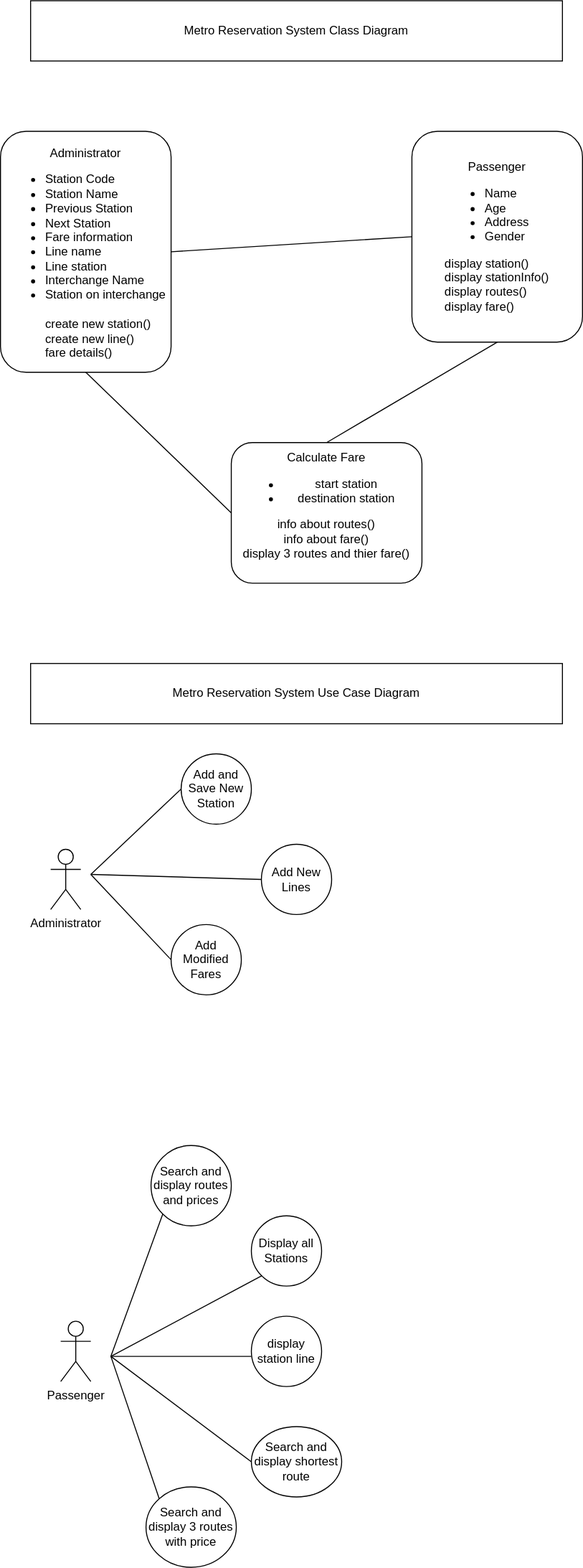
Above: Metro_reservation_system.svg in RidhimaBhandari/Software-Development- (draw.io), before the change. Source tidied: cells renumbered, new cells last; positions are measured from the earlier drawing's top-left corner, leaving out a move shared by most shapes.
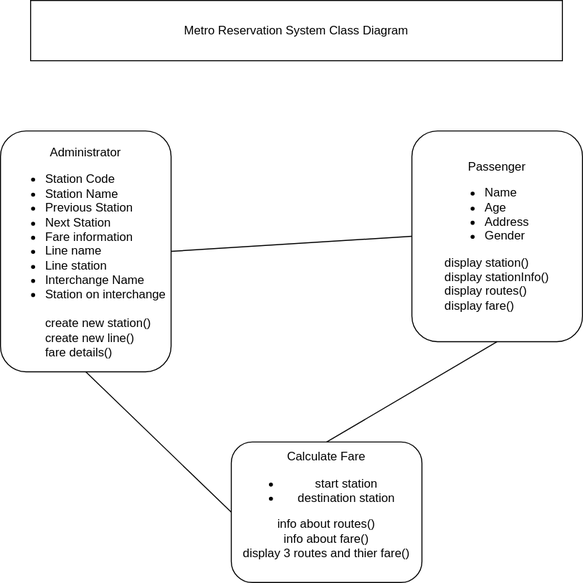
The same diagram one commit later.

The edit, as a diff of the source:
```diff
@@ -23,79 +23,5 @@
     <mxCell id="8" style="endArrow=none;html=1;rounded=0;fontSize=12;exitX=0.5;exitY=0;exitDx=0;exitDy=0;entryX=0.5;entryY=1;entryDx=0;entryDy=0;" parent="1" edge="1" source="4" target="5">
       <mxGeometry relative="1" as="geometry" />
     </mxCell>
-    <mxCell id="9" value="Metro Reservation System Use Case Diagram" style="rounded=0;whiteSpace=wrap;html=1;fontSize=12;" parent="1" vertex="1">
-      <mxGeometry x="30" y="660" width="530" height="60" as="geometry" />
-    </mxCell>
-    <mxCell id="10" value="Administrator" style="shape=umlActor;verticalLabelPosition=bottom;verticalAlign=top;html=1;fontSize=12;" parent="1" vertex="1">
-      <mxGeometry x="50" y="845" width="30" height="60" as="geometry" />
-    </mxCell>
-    <mxCell id="11" value="Passenger&lt;br&gt;" style="shape=umlActor;verticalLabelPosition=bottom;verticalAlign=top;html=1;fontSize=12;" parent="1" vertex="1">
-      <mxGeometry x="60" y="1315" width="30" height="60" as="geometry" />
-    </mxCell>
-    <mxCell id="12" value="Add and Save New Station" style="ellipse;whiteSpace=wrap;html=1;fontSize=12;" parent="1" vertex="1">
-      <mxGeometry x="180" y="750" width="70" height="70" as="geometry" />
-    </mxCell>
-    <mxCell id="13" value="Add New Lines" style="ellipse;whiteSpace=wrap;html=1;fontSize=12;" parent="1" vertex="1">
-      <mxGeometry x="260" y="840" width="70" height="70" as="geometry" />
-    </mxCell>
-    <mxCell id="14" value="Add Modified Fares" style="ellipse;whiteSpace=wrap;html=1;fontSize=12;" parent="1" vertex="1">
-      <mxGeometry x="170" y="920" width="70" height="70" as="geometry" />
-    </mxCell>
-    <mxCell id="15" value="Search and display routes and prices" style="ellipse;whiteSpace=wrap;html=1;fontSize=12;" parent="1" vertex="1">
-      <mxGeometry x="150" y="1140" width="80" height="80" as="geometry" />
-    </mxCell>
-    <mxCell id="16" value="Display all Stations" style="ellipse;whiteSpace=wrap;html=1;fontSize=12;" parent="1" vertex="1">
-      <mxGeometry x="250" y="1210" width="70" height="70" as="geometry" />
-    </mxCell>
-    <mxCell id="17" value="display station line" style="ellipse;whiteSpace=wrap;html=1;fontSize=12;" parent="1" vertex="1">
-      <mxGeometry x="250" y="1310" width="70" height="70" as="geometry" />
-    </mxCell>
-    <mxCell id="18" value="Search and display shortest route" style="ellipse;whiteSpace=wrap;html=1;fontSize=12;" parent="1" vertex="1">
-      <mxGeometry x="250" y="1420" width="90" height="70" as="geometry" />
-    </mxCell>
-    <mxCell id="19" value="Search and display 3 routes with price" style="ellipse;whiteSpace=wrap;html=1;fontSize=12;" parent="1" vertex="1">
-      <mxGeometry x="145" y="1480" width="90" height="80" as="geometry" />
-    </mxCell>
-    <mxCell id="20" style="endArrow=none;html=1;rounded=0;fontSize=12;entryX=0;entryY=0.5;entryDx=0;entryDy=0;" parent="1" edge="1" target="12">
-      <mxGeometry relative="1" as="geometry">
-        <mxPoint x="90" y="870" as="sourcePoint" />
-      </mxGeometry>
-    </mxCell>
-    <mxCell id="21" style="endArrow=none;html=1;rounded=0;fontSize=12;entryX=0;entryY=0.5;entryDx=0;entryDy=0;" parent="1" edge="1" target="13">
-      <mxGeometry relative="1" as="geometry">
-        <mxPoint x="90" y="870" as="sourcePoint" />
-      </mxGeometry>
-    </mxCell>
-    <mxCell id="22" style="endArrow=none;html=1;rounded=0;fontSize=12;entryX=0;entryY=0.5;entryDx=0;entryDy=0;" parent="1" edge="1" target="14">
-      <mxGeometry relative="1" as="geometry">
-        <mxPoint x="90" y="870" as="sourcePoint" />
-      </mxGeometry>
-    </mxCell>
-    <mxCell id="23" style="endArrow=none;html=1;rounded=0;fontSize=12;" parent="1" edge="1">
-      <mxGeometry relative="1" as="geometry">
-        <mxPoint x="110" y="1350" as="sourcePoint" />
-        <mxPoint x="250" y="1350" as="targetPoint" />
-      </mxGeometry>
-    </mxCell>
-    <mxCell id="24" style="endArrow=none;html=1;rounded=0;fontSize=12;entryX=0;entryY=0.5;entryDx=0;entryDy=0;" parent="1" edge="1" target="18">
-      <mxGeometry relative="1" as="geometry">
-        <mxPoint x="110" y="1350" as="sourcePoint" />
-      </mxGeometry>
-    </mxCell>
-    <mxCell id="25" style="endArrow=none;html=1;rounded=0;fontSize=12;entryX=0;entryY=0;entryDx=0;entryDy=0;" parent="1" edge="1" target="19">
-      <mxGeometry relative="1" as="geometry">
-        <mxPoint x="110" y="1350" as="sourcePoint" />
-      </mxGeometry>
-    </mxCell>
-    <mxCell id="26" style="endArrow=none;html=1;rounded=0;fontSize=12;entryX=0;entryY=1;entryDx=0;entryDy=0;" parent="1" edge="1" target="16">
-      <mxGeometry relative="1" as="geometry">
-        <mxPoint x="110" y="1350" as="sourcePoint" />
-      </mxGeometry>
-    </mxCell>
-    <mxCell id="27" style="endArrow=none;html=1;rounded=0;fontSize=12;entryX=0;entryY=1;entryDx=0;entryDy=0;" parent="1" edge="1" target="15">
-      <mxGeometry relative="1" as="geometry">
-        <mxPoint x="110" y="1350" as="sourcePoint" />
-      </mxGeometry>
-    </mxCell>
   </root>
 </mxGraphModel>
```
